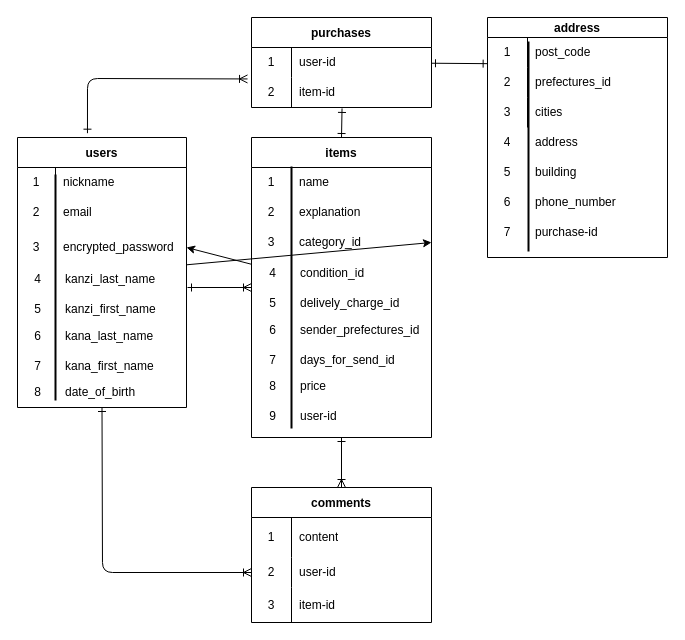
Before: furima.dio in i-ga-ra-shi/furima-37346, a draw.io diagram. Source tidied: cells renumbered, new cells numbered last; positions are measured from the earlier drawing's top-left corner, leaving out a move shared by most shapes. Both pictures are drawn from the tidied source at 100%, with x=0, y=0 at pixel (-58, 17).
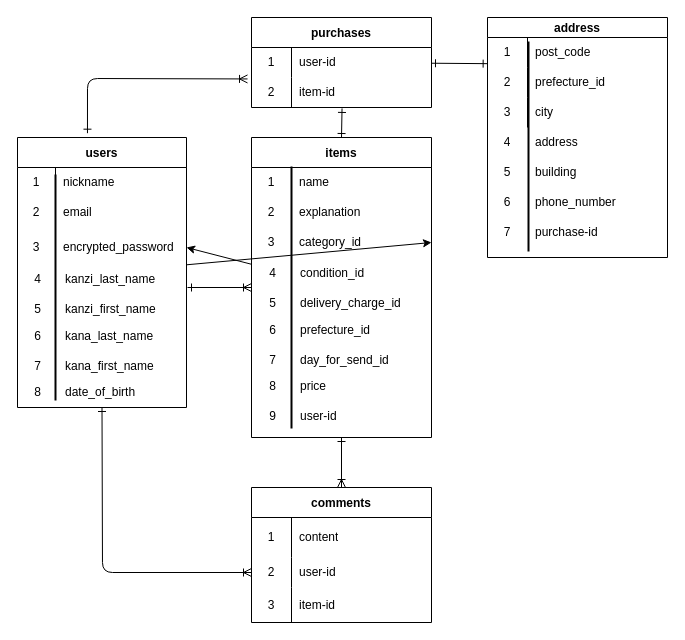
The same diagram, later.

Commit message (it also covers changes not shown here):
データベース設計(4)

The change refers to these unchanged cells:
```xml
<mxCell id="50" style="shape=tableRow;horizontal=0;startSize=0;swimlaneHead=0;swimlaneBody=0;top=0;left=0;bottom=0;right=0;fillColor=none;points=[[0,0.5],[1,0.5]];portConstraint=eastwest;" parent="46" vertex="1">
  <mxGeometry y="50" width="180" height="30" as="geometry" />
</mxCell>
<mxCell id="53" style="shape=tableRow;horizontal=0;startSize=0;swimlaneHead=0;swimlaneBody=0;top=0;left=0;bottom=0;right=0;fillColor=none;" parent="46" vertex="1">
  <mxGeometry y="80" width="180" height="30" as="geometry" />
</mxCell>
```

Diff of the diagram source:
```diff
@@
-    <mxCell id="52" value="prefectures_id" style="shape=partialRectangle;html=1;whiteSpace=wrap;fillColor=none;top=0;left=0;bottom=0;right=0;align=left;spacingLeft=6;overflow=hidden;" parent="50" vertex="1">
+    <mxCell id="52" value="prefecture_id" style="shape=partialRectangle;html=1;whiteSpace=wrap;fillColor=none;top=0;left=0;bottom=0;right=0;align=left;spacingLeft=6;overflow=hidden;" parent="50" vertex="1">
       <mxGeometry x="40" width="140" height="30" as="geometry" />
     </mxCell>
@@
-    <mxCell id="55" value="cities" style="shape=partialRectangle;html=1;whiteSpace=wrap;fillColor=none;top=0;left=0;bottom=0;right=0;align=left;spacingLeft=6;overflow=hidden;" parent="53" vertex="1">
+    <mxCell id="55" value="city" style="shape=partialRectangle;html=1;whiteSpace=wrap;fillColor=none;top=0;left=0;bottom=0;right=0;align=left;spacingLeft=6;overflow=hidden;" parent="53" vertex="1">
       <mxGeometry x="40" width="140" height="30" as="geometry" />
     </mxCell>
@@
-    <mxCell id="71" value="delively_charge_id" style="shape=partialRectangle;html=1;whiteSpace=wrap;fillColor=none;top=0;left=0;bottom=0;right=0;align=left;spacingLeft=6;overflow=hidden;" parent="1" vertex="1">
+    <mxCell id="71" value="delivery_charge_id" style="shape=partialRectangle;html=1;whiteSpace=wrap;fillColor=none;top=0;left=0;bottom=0;right=0;align=left;spacingLeft=6;overflow=hidden;" parent="1" vertex="1">
       <mxGeometry x="350" y="270.5" width="140" height="30" as="geometry" />
     </mxCell>
@@
-    <mxCell id="77" value="sender_prefectures_id" style="shape=partialRectangle;html=1;whiteSpace=wrap;fillColor=none;top=0;left=0;bottom=0;right=0;align=left;spacingLeft=6;overflow=hidden;" parent="1" vertex="1">
+    <mxCell id="77" value="prefecture_id" style="shape=partialRectangle;html=1;whiteSpace=wrap;fillColor=none;top=0;left=0;bottom=0;right=0;align=left;spacingLeft=6;overflow=hidden;" parent="1" vertex="1">
       <mxGeometry x="350" y="297.5" width="140" height="30" as="geometry" />
     </mxCell>
-    <mxCell id="78" value="days_for_send_id" style="shape=partialRectangle;html=1;whiteSpace=wrap;fillColor=none;top=0;left=0;bottom=0;right=0;align=left;spacingLeft=6;overflow=hidden;" parent="1" vertex="1">
+    <mxCell id="78" value="day_for_send_id" style="shape=partialRectangle;html=1;whiteSpace=wrap;fillColor=none;top=0;left=0;bottom=0;right=0;align=left;spacingLeft=6;overflow=hidden;" parent="1" vertex="1">
       <mxGeometry x="350" y="327.5" width="140" height="30" as="geometry" />
     </mxCell>
```
